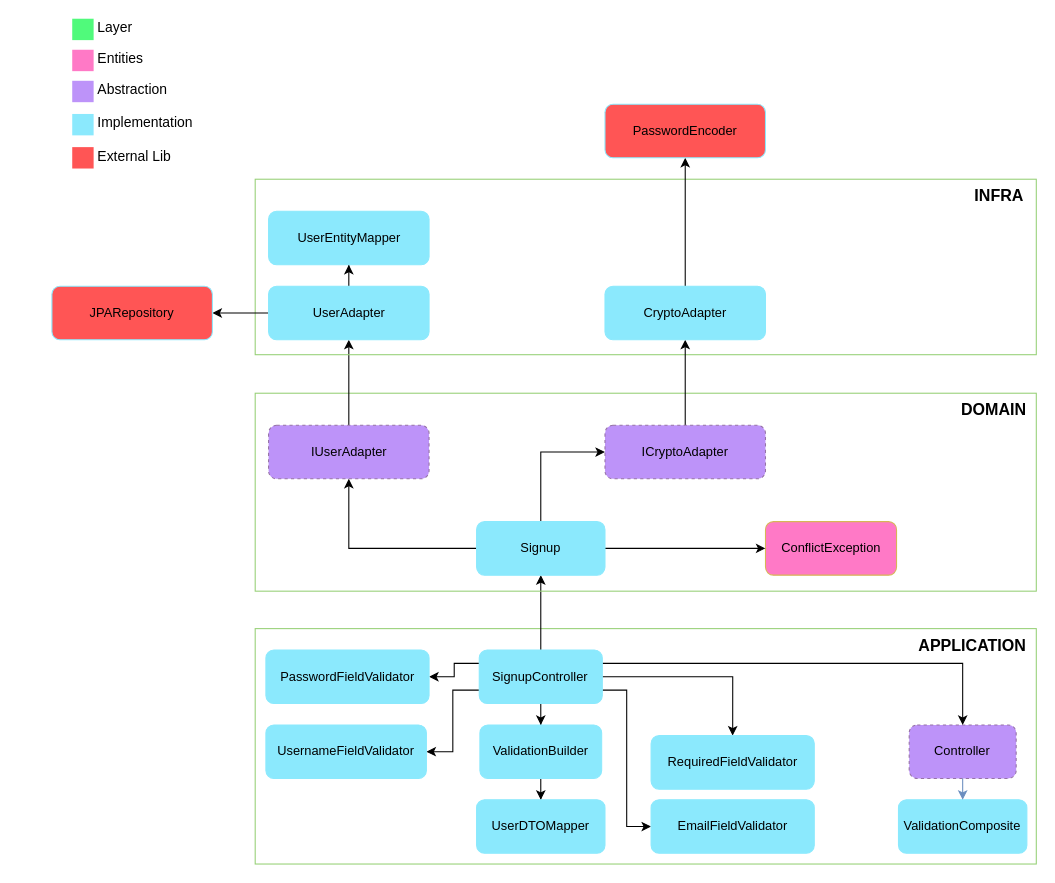
Above: docs/useCases/authentication/signup/signup.drawio in gervasioartur/walletwise-api (draw.io), before the change. Source tidied: cells renumbered, new cells numbered last; positions are measured from the earlier drawing's top-left corner, leaving out a move shared by most shapes. Both pictures are drawn from the tidied source at 107%, with x=0, y=0 at pixel (51, 18).
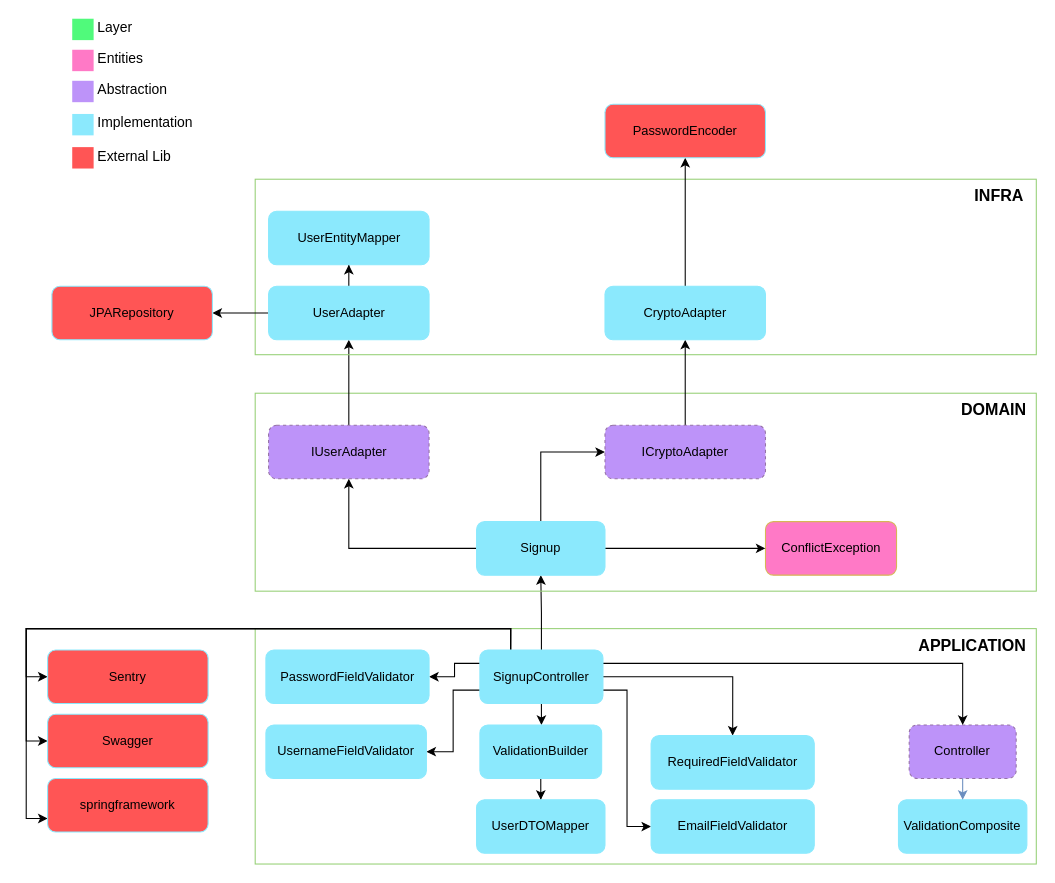
The same diagram, later.

Commit message (it also covers changes not shown here):
docs: add sentry dependency in dependency diagrams

Unchanged cells that the change refers to:
```xml
<mxCell id="20" value="Signup" style="rounded=1;whiteSpace=wrap;html=1;strokeColor=#8BE9FD;fillColor=#8BE9FD;" parent="1" vertex="1">
  <mxGeometry x="396.9" y="470" width="120" height="50" as="geometry" />
</mxCell>
```

Change to the diagram source:
```diff
@@
-    <mxCell id="11" style="edgeStyle=orthogonalEdgeStyle;rounded=0;jettySize=auto;html=1;" parent="1" edge="1" source="12" target="20">
+    <mxCell id="11" style="edgeStyle=orthogonalEdgeStyle;rounded=0;jettySize=auto;html=1;entryX=0;entryY=0.5;entryDx=0;entryDy=0;exitX=0.25;exitY=0;exitDx=0;exitDy=0;" parent="1" edge="1" source="12" target="56">
       <mxGeometry relative="1" as="geometry" />
     </mxCell>
+    <mxCell id="53" style="edgeStyle=orthogonalEdgeStyle;rounded=0;jettySize=auto;html=1;entryX=0.5;entryY=1;entryDx=0;entryDy=0;exitX=0.5;exitY=0;exitDx=0;exitDy=0;" parent="1" edge="1" source="12" target="20">
+      <mxGeometry relative="1" as="geometry" />
+    </mxCell>
+    <mxCell id="54" style="edgeStyle=orthogonalEdgeStyle;rounded=0;jettySize=auto;html=1;entryX=0;entryY=0.5;entryDx=0;entryDy=0;exitX=0.25;exitY=0;exitDx=0;exitDy=0;" parent="1" edge="1" source="12" target="57">
+      <mxGeometry relative="1" as="geometry" />
+    </mxCell>
+    <mxCell id="55" style="edgeStyle=orthogonalEdgeStyle;rounded=0;jettySize=auto;html=1;entryX=0;entryY=0.75;entryDx=0;entryDy=0;exitX=0.25;exitY=0;exitDx=0;exitDy=0;" parent="1" edge="1" source="12" target="58">
+      <mxGeometry relative="1" as="geometry" />
+    </mxCell>
     <mxCell id="12" value="SignupController" style="rounded=1;whiteSpace=wrap;html=1;strokeColor=#8BE9FD;fillColor=#8BE9FD;" parent="1" vertex="1">
-      <mxGeometry x="399.4" y="590" width="115" height="50" as="geometry" />
+      <mxGeometry x="400" y="590" width="115" height="50" as="geometry" />
     </mxCell>
@@
+    <mxCell id="56" value="Sentry" style="rounded=1;whiteSpace=wrap;html=1;strokeColor=#8BE9FD;fillColor=#FF5555;" parent="1" vertex="1">
+      <mxGeometry x="-4" y="590" width="150" height="50" as="geometry" />
+    </mxCell>
+    <mxCell id="57" value="Swagger" style="rounded=1;whiteSpace=wrap;html=1;strokeColor=#8BE9FD;fillColor=#FF5555;" parent="1" vertex="1">
+      <mxGeometry x="-4" y="650" width="150" height="50" as="geometry" />
+    </mxCell>
+    <mxCell id="58" value="springframework" style="rounded=1;whiteSpace=wrap;html=1;strokeColor=#8BE9FD;fillColor=#FF5555;" parent="1" vertex="1">
+      <mxGeometry x="-4" y="710" width="150" height="50" as="geometry" />
+    </mxCell>
```
